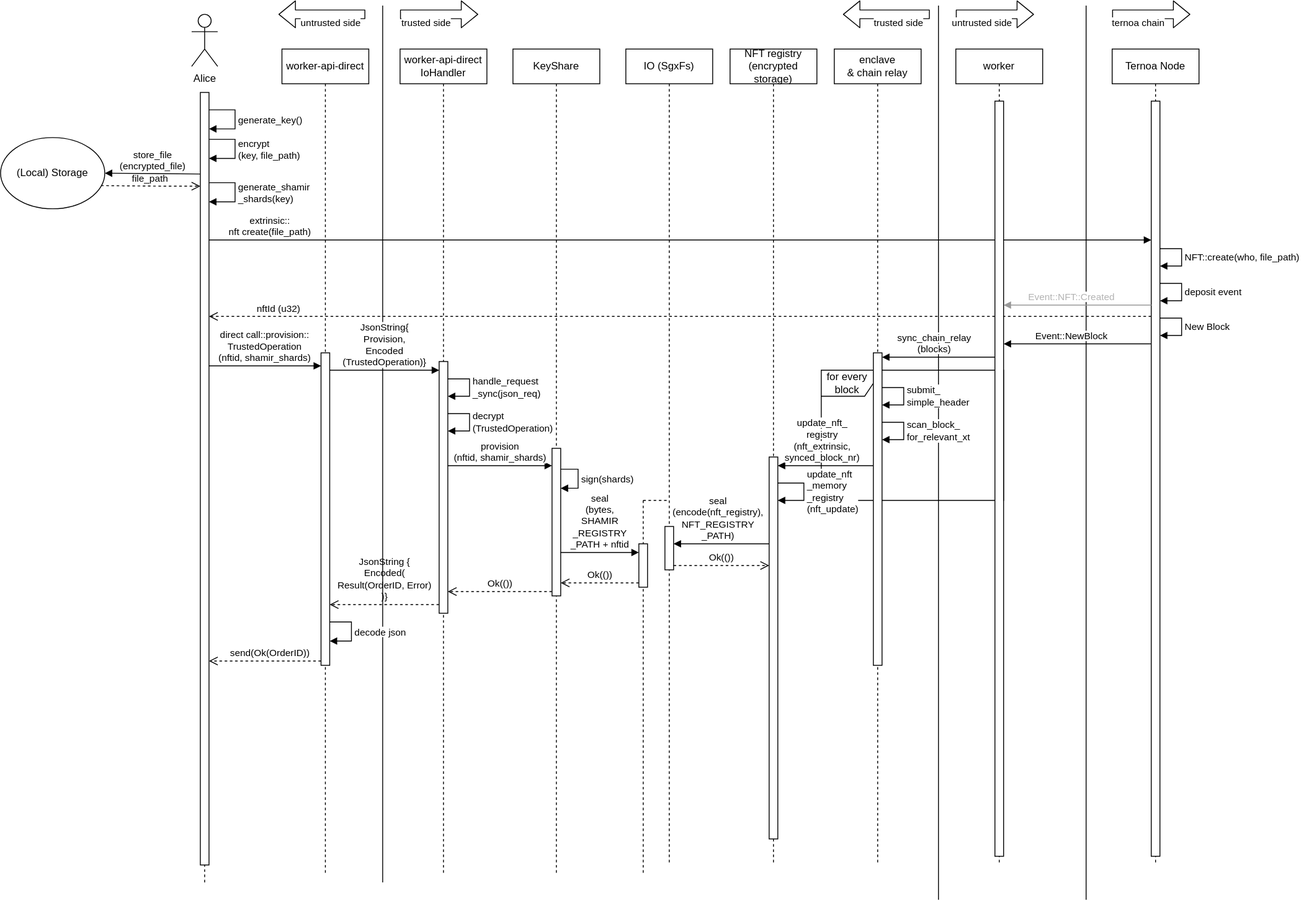
haerdib/substraTEE_diagramms keeps this draw.io diagram as capsule_sequence_diagram.svg. Above is the earlier version. Source tidied: cells renumbered, new cells last; positions are measured from the earlier drawing's top-left corner, leaving out a move shared by most shapes.
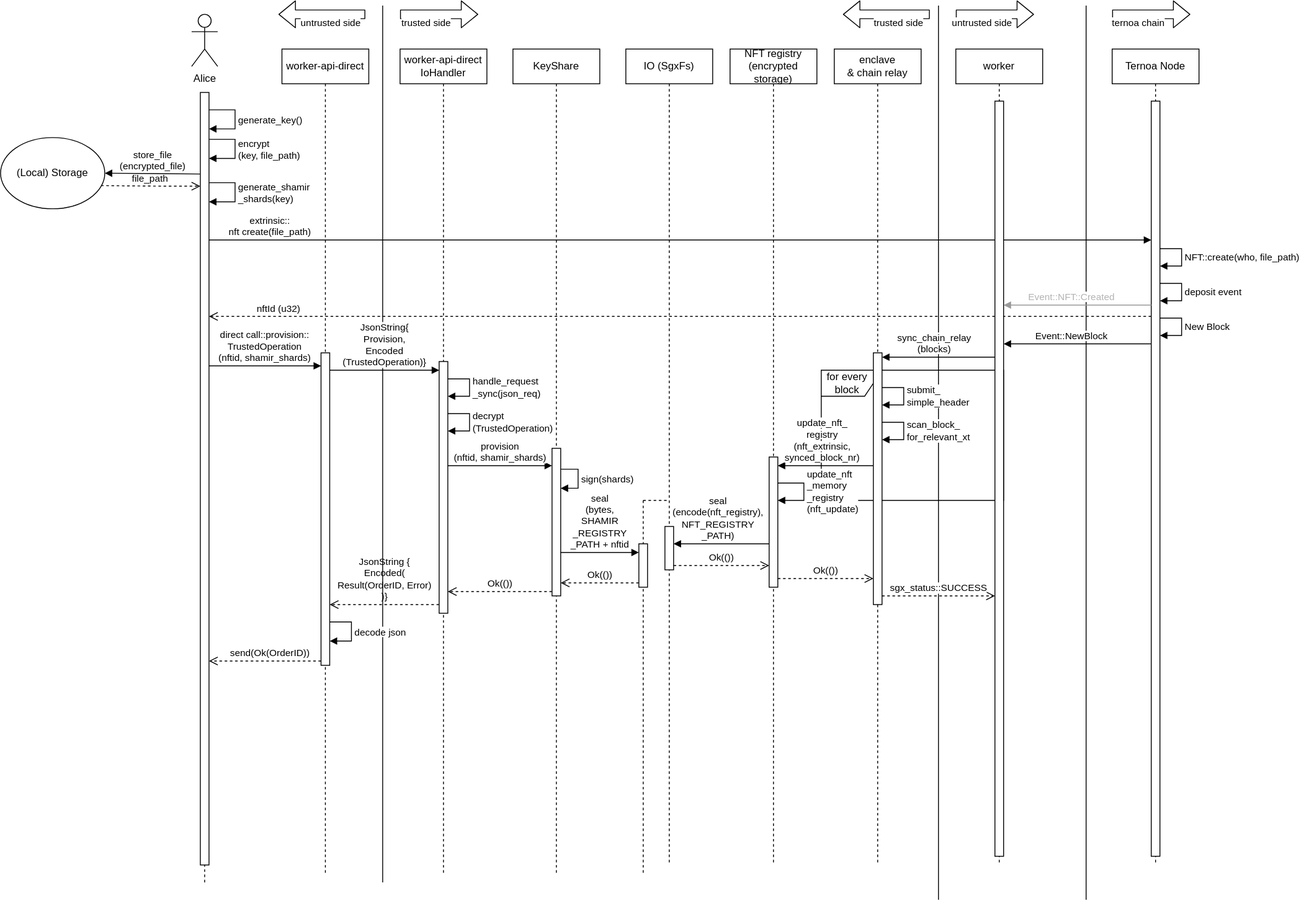
After the commit.

The edit, as a diff of the source:
```diff
@@ -178,7 +178,7 @@
       <mxGeometry x="840" y="50" width="100" height="940" as="geometry" />
     </mxCell>
     <mxCell id="37" style="html=1;points=[];perimeter=orthogonalPerimeter;fontColor=#000000;" parent="36" vertex="1">
-      <mxGeometry x="45" y="470" width="10" height="440" as="geometry" />
+      <mxGeometry x="45" y="470" width="10" height="150" as="geometry" />
     </mxCell>
     <mxCell id="38" value="&lt;div&gt;update_nft&lt;/div&gt;&lt;div&gt;_memory&lt;/div&gt;&lt;div&gt;_registry&lt;br&gt;(nft_update)&lt;br&gt;&lt;/div&gt;" style="edgeStyle=orthogonalEdgeStyle;html=1;align=left;spacingLeft=2;endArrow=block;rounded=0;" parent="36" edge="1" source="37" target="37">
       <mxGeometry relative="1" as="geometry">
@@ -281,7 +281,7 @@
       </mxGeometry>
     </mxCell>
     <mxCell id="54" style="html=1;perimeter=orthogonalPerimeter;fontColor=#000000;" parent="1" vertex="1">
-      <mxGeometry x="1005" y="400" width="10" height="360" as="geometry" />
+      <mxGeometry x="1005" y="400" width="10" height="290" as="geometry" />
     </mxCell>
     <mxCell id="55" value="&lt;span style=&quot;background-color: rgb(255 , 255 , 255)&quot;&gt;Event::NewBlock&lt;/span&gt;" style="html=1;verticalAlign=bottom;endArrow=block;labelBackgroundColor=none;strokeColor=#000000;fontColor=#000000;" parent="1" edge="1">
       <mxGeometry x="0.08" relative="1" as="geometry">
@@ -389,5 +389,16 @@
         <mxPoint x="885" y="645" as="targetPoint" />
       </mxGeometry>
     </mxCell>
+    <mxCell id="71" value="Ok(())" style="html=1;verticalAlign=bottom;endArrow=open;dashed=1;endSize=8;labelBackgroundColor=#ffffff;" parent="1" edge="1" source="37">
+      <mxGeometry relative="1" as="geometry">
+        <mxPoint x="1005" y="660" as="targetPoint" />
+      </mxGeometry>
+    </mxCell>
+    <mxCell id="72" value="sgx_status::SUCCESS" style="html=1;verticalAlign=bottom;endArrow=open;dashed=1;endSize=8;labelBackgroundColor=#ffffff;" parent="1" edge="1">
+      <mxGeometry relative="1" as="geometry">
+        <mxPoint x="1015" y="680" as="sourcePoint" />
+        <mxPoint x="1145" y="680" as="targetPoint" />
+      </mxGeometry>
+    </mxCell>
   </root>
 </mxGraphModel>
```
